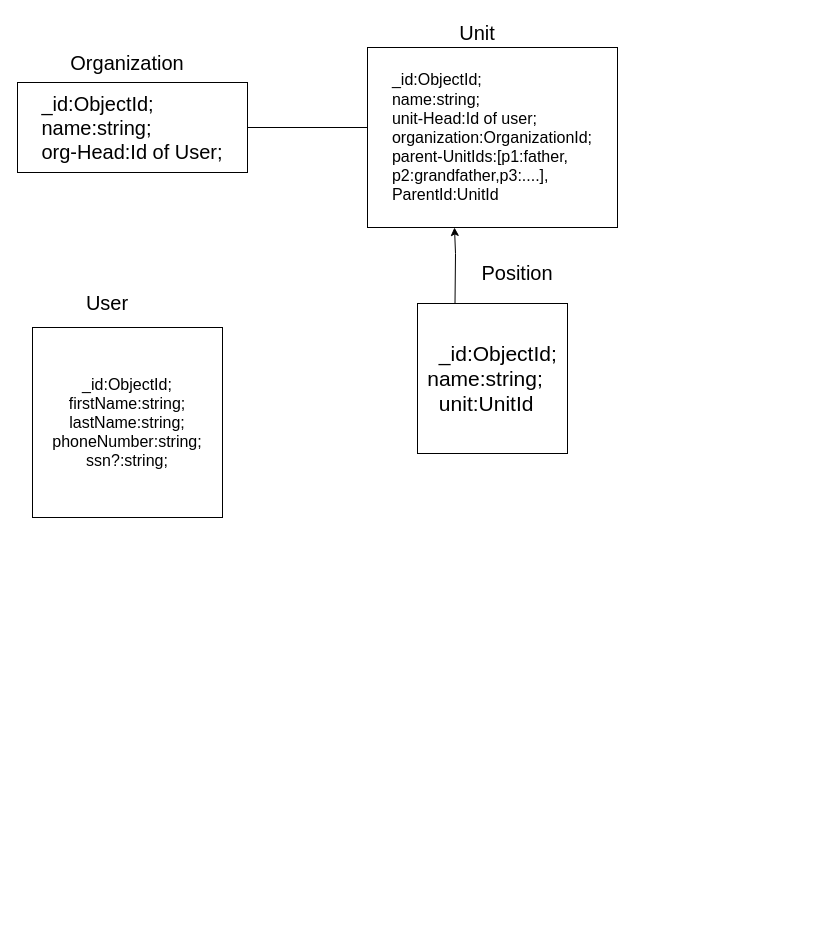
Above: Untitled Diagram.drawio in zsattari/Analyasis (draw.io), before the change. Source tidied: cells renumbered, new cells numbered last; positions are measured from the earlier drawing's top-left corner, leaving out a move shared by most shapes. Both pictures are drawn from the tidied source at 100%, with x=0, y=0 at pixel (17, 17).
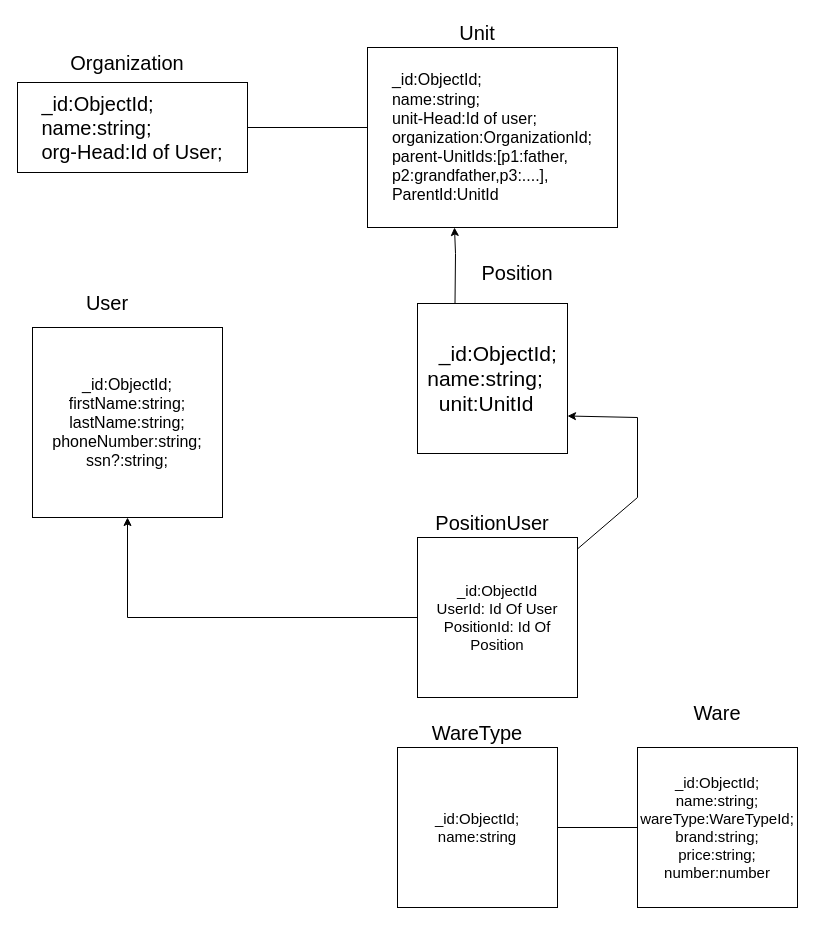
Above is the later version.

The change refers to these unchanged cells:
```xml
<mxCell id="8" value="&lt;div style=&quot;font-size: 21px&quot; align=&quot;left&quot;&gt;&lt;font style=&quot;font-size: 21px&quot;&gt;&amp;nbsp; _id:ObjectId;&lt;/font&gt;&lt;/div&gt;&lt;div style=&quot;font-size: 21px&quot; align=&quot;left&quot;&gt;&lt;font style=&quot;font-size: 21px&quot;&gt;&lt;span&gt;  &lt;/span&gt;name:string;&lt;/font&gt;&lt;/div&gt;&lt;div style=&quot;font-size: 21px&quot; align=&quot;left&quot;&gt;&lt;font style=&quot;font-size: 21px&quot;&gt;&amp;nbsp; unit:UnitId&lt;br&gt;&lt;/font&gt;&lt;/div&gt;" style="whiteSpace=wrap;html=1;fontSize=16;" parent="1" vertex="1">
  <mxGeometry x="400" y="286" width="150" height="150" as="geometry" />
</mxCell>
<mxCell id="10" value="&lt;div&gt;&lt;font size=&quot;3&quot;&gt;_id:ObjectId;&lt;/font&gt;&lt;/div&gt;&lt;div&gt;&lt;font size=&quot;3&quot;&gt;firstName:string;&lt;/font&gt;&lt;/div&gt;&lt;div&gt;&lt;font size=&quot;3&quot;&gt;lastName:string;&lt;/font&gt;&lt;/div&gt;&lt;div&gt;&lt;font size=&quot;3&quot;&gt;phoneNumber:string;&lt;/font&gt;&lt;/div&gt;&lt;div&gt;&lt;font size=&quot;3&quot;&gt;ssn?:string;&lt;/font&gt;&lt;/div&gt;" style="whiteSpace=wrap;html=1;" parent="1" vertex="1">
  <mxGeometry x="15" y="310" width="190" height="190" as="geometry" />
</mxCell>
```

Change to the diagram source:
```diff
@@
+    <mxCell id="12" style="edgeStyle=orthogonalEdgeStyle;rounded=0;jettySize=auto;html=1;exitX=0;exitY=0.5;exitDx=0;exitDy=0;entryX=0.5;entryY=1;entryDx=0;entryDy=0;fontSize=15;" parent="1" edge="1" source="13" target="10">
+      <mxGeometry relative="1" as="geometry" />
+    </mxCell>
+    <mxCell id="13" value="&lt;div style=&quot;font-size: 15px&quot;&gt;&lt;font style=&quot;font-size: 15px&quot;&gt;_id:ObjectId&lt;/font&gt;&lt;/div&gt;&lt;div style=&quot;font-size: 15px&quot;&gt;&lt;font style=&quot;font-size: 15px&quot;&gt;UserId: Id Of User&lt;/font&gt;&lt;/div&gt;&lt;div style=&quot;font-size: 15px&quot;&gt;&lt;font style=&quot;font-size: 15px&quot;&gt;PositionId: Id Of Position&lt;br&gt;&lt;/font&gt;&lt;/div&gt;" style="whiteSpace=wrap;html=1;align=center;" parent="1" vertex="1">
+      <mxGeometry x="400" y="520" width="160" height="160" as="geometry" />
+    </mxCell>
+    <mxCell id="14" value="PositionUser" style="text;html=1;strokeColor=none;fillColor=none;align=center;verticalAlign=middle;whiteSpace=wrap;rounded=0;fontSize=20;" parent="1" vertex="1">
+      <mxGeometry x="445" y="490" width="60" height="30" as="geometry" />
+    </mxCell>
+    <mxCell id="15" style="endArrow=classic;html=1;rounded=0;fontSize=15;entryX=1;entryY=0.75;entryDx=0;entryDy=0;" parent="1" edge="1" source="13" target="8">
+      <mxGeometry relative="1" as="geometry">
+        <Array as="points">
+          <mxPoint x="620" y="480" />
+          <mxPoint x="620" y="400" />
+        </Array>
+      </mxGeometry>
+    </mxCell>
+    <mxCell id="16" value="&lt;div&gt;_id:ObjectId;&lt;/div&gt;&lt;div&gt;name:string;&lt;/div&gt;&lt;div&gt;wareType:WareTypeId;&lt;/div&gt;&lt;div&gt;brand:string;&lt;/div&gt;&lt;div&gt;price:string;&lt;/div&gt;&lt;div&gt;number:number&lt;br&gt;&lt;/div&gt;" style="whiteSpace=wrap;html=1;fontSize=15;" parent="1" vertex="1">
+      <mxGeometry x="620" y="730" width="160" height="160" as="geometry" />
+    </mxCell>
+    <mxCell id="17" value="&lt;div&gt;_id:ObjectId;&lt;/div&gt;&lt;div&gt;name:string&lt;br&gt;&lt;/div&gt;" style="whiteSpace=wrap;html=1;fontSize=15;" parent="1" vertex="1">
+      <mxGeometry x="380" y="730" width="160" height="160" as="geometry" />
+    </mxCell>
+    <mxCell id="18" value="Ware" style="text;html=1;strokeColor=none;fillColor=none;align=center;verticalAlign=middle;whiteSpace=wrap;rounded=0;fontSize=20;" parent="1" vertex="1">
+      <mxGeometry x="670" y="680" width="60" height="30" as="geometry" />
+    </mxCell>
+    <mxCell id="19" value="WareType" style="text;html=1;strokeColor=none;fillColor=none;align=center;verticalAlign=middle;whiteSpace=wrap;rounded=0;fontSize=20;" parent="1" vertex="1">
+      <mxGeometry x="430" y="700" width="60" height="30" as="geometry" />
+    </mxCell>
+    <mxCell id="20" style="endArrow=none;html=1;rounded=0;fontSize=15;exitX=1;exitY=0.5;exitDx=0;exitDy=0;entryX=0;entryY=0.5;entryDx=0;entryDy=0;" parent="1" edge="1" source="17" target="16">
+      <mxGeometry relative="1" as="geometry" />
+    </mxCell>
```
